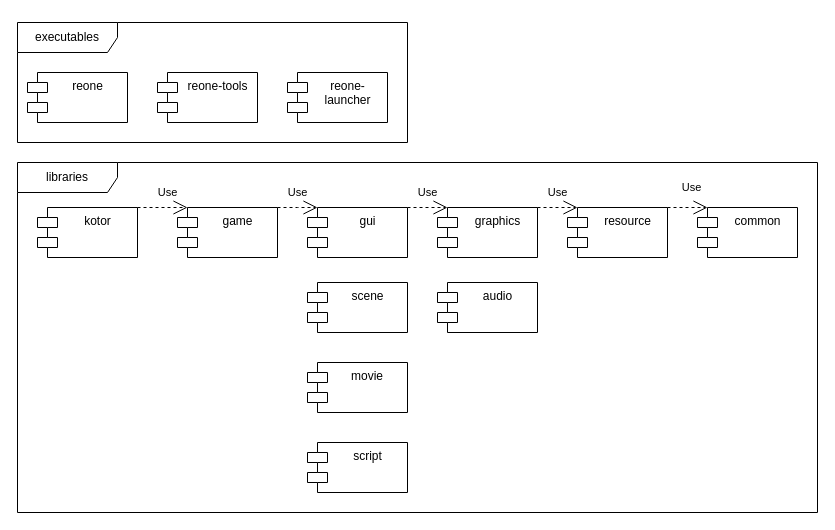
Earlier version of the draw.io diagram doc/diagram/modules.drawio (seedhartha/reone). Source tidied: cells renumbered, new cells numbered last; positions are measured from the earlier drawing's top-left corner, leaving out a move shared by most shapes. Both pictures are drawn from the tidied source at 100%, with x=0, y=0 at pixel (17, 22).
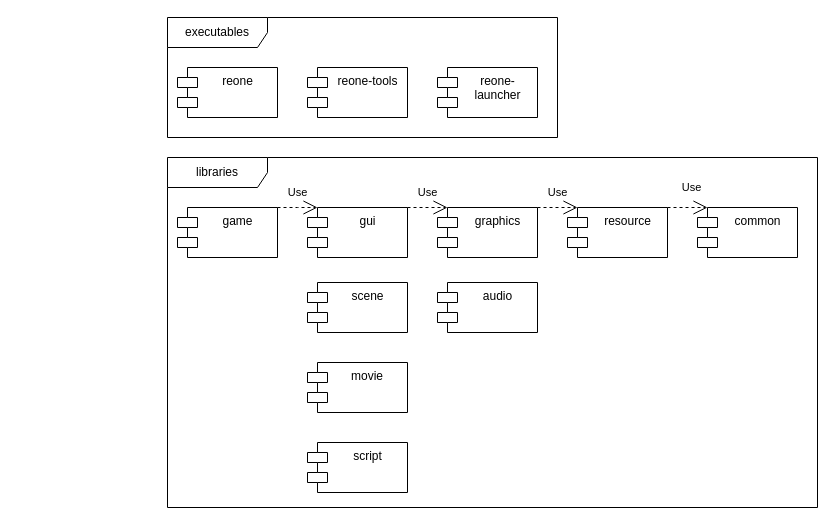
After the change.

The change refers to these unchanged cells:
```xml
<mxCell id="19" value="game" style="shape=module;align=center;spacingLeft=20;align=center;verticalAlign=top;html=1;labelPosition=center;verticalLabelPosition=middle;" parent="1" vertex="1">
  <mxGeometry x="160" y="185" width="100" height="50" as="geometry" />
</mxCell>
```

Change to the diagram source:
```diff
@@
     <mxCell id="2" value="executables" style="shape=umlFrame;whiteSpace=wrap;html=1;width=100;height=30;flipH=0;" parent="1" vertex="1">
-      <mxGeometry width="390" height="120" as="geometry" />
+      <mxGeometry x="150" y="-5" width="390" height="120" as="geometry" />
     </mxCell>
     <mxCell id="3" value="libraries" style="shape=umlFrame;whiteSpace=wrap;html=1;width=100;height=30;" parent="1" vertex="1">
-      <mxGeometry y="140" width="800" height="350" as="geometry" />
+      <mxGeometry x="150" y="135" width="650" height="350" as="geometry" />
     </mxCell>
@@
     <mxCell id="15" style="group;" parent="1" vertex="1">
-      <mxGeometry width="260" height="120" as="geometry" />
+      <mxGeometry x="150" y="-5" width="260" height="120" as="geometry" />
     </mxCell>
@@
     <mxCell id="18" value="reone-&lt;br&gt;launcher" style="shape=module;align=left;spacingLeft=20;align=center;verticalAlign=top;html=1;" parent="1" vertex="1">
-      <mxGeometry x="270" y="50" width="100" height="50" as="geometry" />
+      <mxGeometry x="420" y="45" width="100" height="50" as="geometry" />
     </mxCell>
@@
-    <mxCell id="20" value="kotor" style="shape=module;align=center;spacingLeft=20;align=center;verticalAlign=top;html=1;labelPosition=center;verticalLabelPosition=middle;" parent="1" vertex="1">
-      <mxGeometry x="20" y="185" width="100" height="50" as="geometry" />
-    </mxCell>
@@
-    <mxCell id="22" value="Use" style="endArrow=open;endSize=12;dashed=1;html=1;rounded=0;edgeStyle=orthogonalEdgeStyle;exitX=1;exitY=0;exitDx=0;exitDy=0;entryX=0;entryY=0;entryDx=10;entryDy=0;entryPerimeter=0;" parent="1" edge="1" source="20" target="19">
-      <mxGeometry x="0.2" y="15" relative="1" as="geometry">
-        <Array as="points">
-          <mxPoint x="150" y="185" />
-          <mxPoint x="150" y="185" />
-        </Array>
-      </mxGeometry>
-    </mxCell>
```
